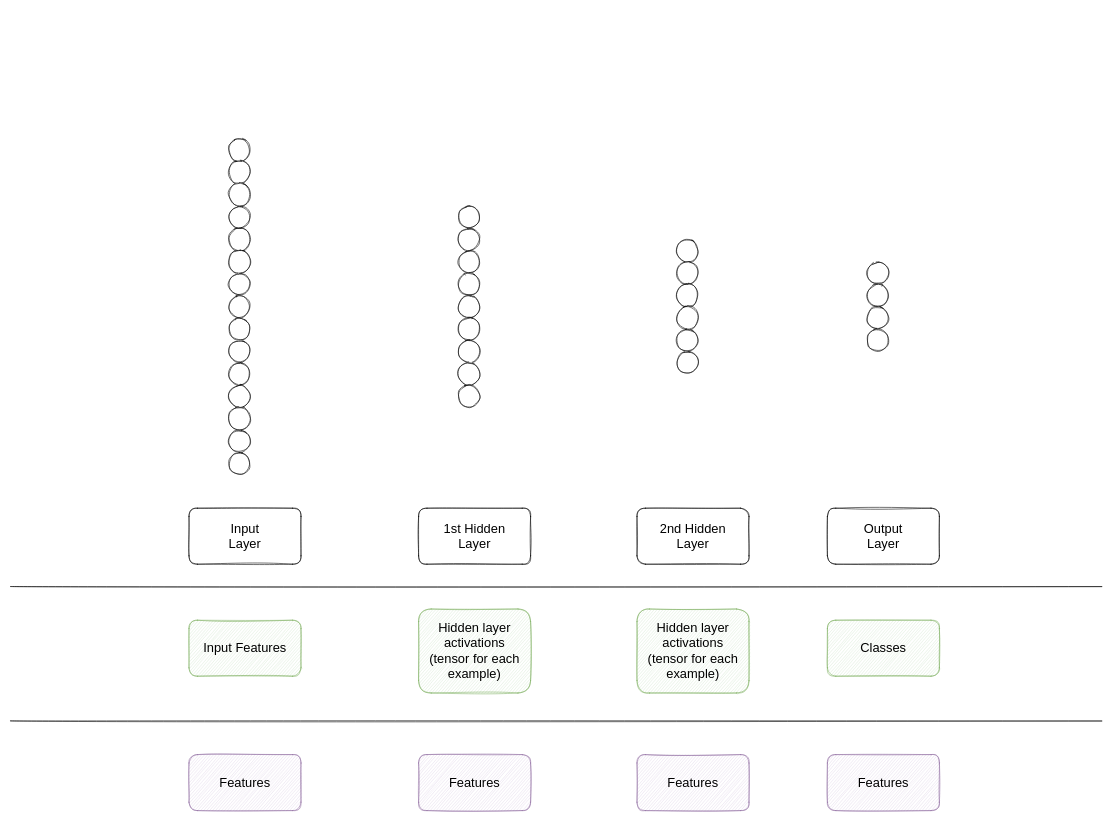
L-ashwin/learning-dl keeps this draw.io diagram as Deep-Learning-NYU/nn-intuition.drawio. Above is the earlier version. Source tidied: cells renumbered, new cells numbered last; positions are measured from the earlier drawing's top-left corner, leaving out a move shared by most shapes. Both pictures are drawn from the tidied source at 56%, with x=0, y=0 at pixel (10, 138).
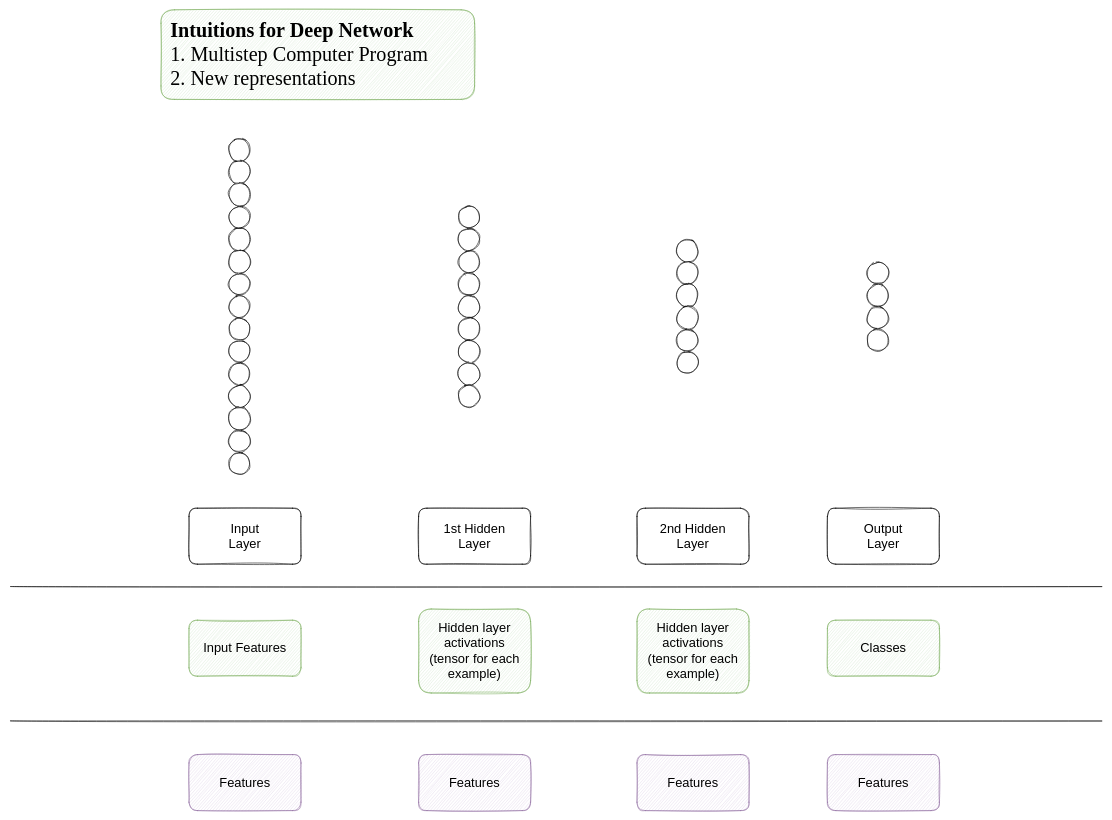
The same diagram, later.

The edit, as a diff of the source:
```diff
@@
+    <mxCell id="50" value="&lt;font&gt;&lt;font style=&quot;font-size: 36px&quot;&gt;&lt;b&gt;Intuitions for Deep Network&lt;br&gt;&lt;/b&gt;1. Multistep Computer Program&lt;br&gt;2. New representations&lt;/font&gt;&lt;br style=&quot;font-size: 23px&quot;&gt;&lt;/font&gt;" style="whiteSpace=wrap;html=1;fontSize=23;sketch=1;rounded=1;align=left;fontStyle=0;fontFamily=Times New Roman;spacingLeft=15;fillColor=#d5e8d4;strokeColor=#82b366;" parent="1" vertex="1">
+      <mxGeometry x="270" y="-230" width="560" height="160" as="geometry" />
+    </mxCell>
```
